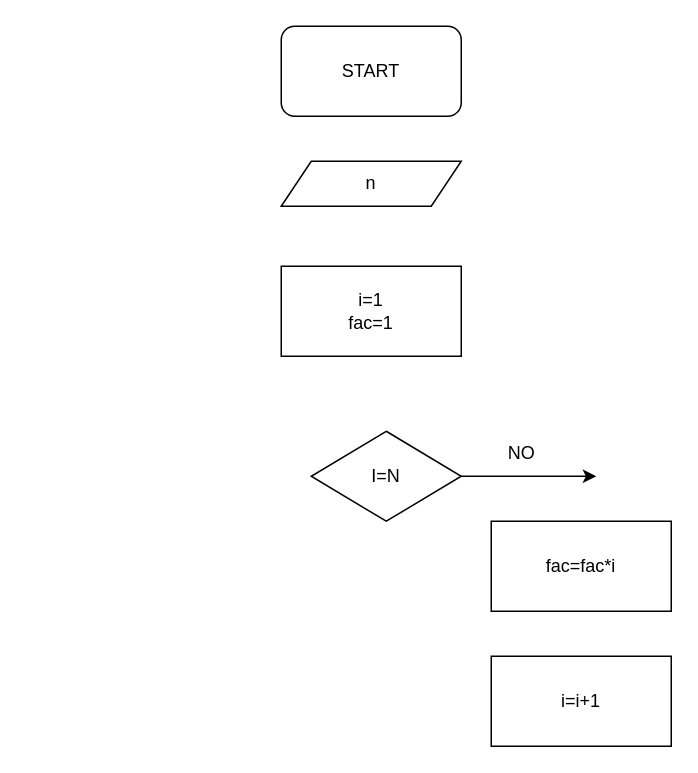
dym1try/python keeps this draw.io diagram as factorial.drawio. Above is the earlier version. Source tidied: cells renumbered, new cells numbered last; positions are measured from the earlier drawing's top-left corner, leaving out a move shared by most shapes. Both pictures are drawn from the tidied source at 150%, with x=0, y=0 at pixel (280, 26).
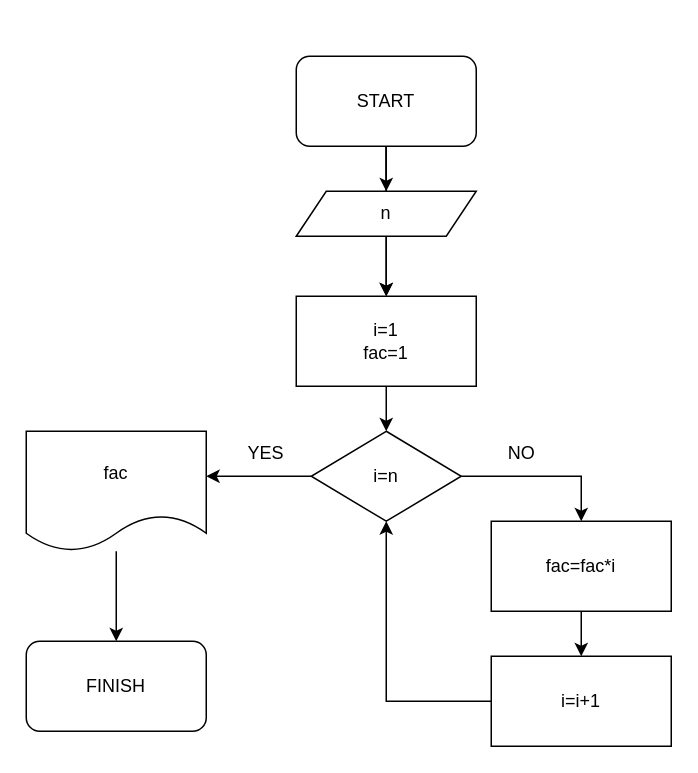
After the change.

The change refers to these unchanged cells:
```xml
<mxCell id="8" value="fac=fac*i" style="rounded=0;whiteSpace=wrap;html=1;" parent="1" vertex="1">
  <mxGeometry x="140" y="330" width="120" height="60" as="geometry" />
</mxCell>
<mxCell id="9" value="i=i+1" style="rounded=0;whiteSpace=wrap;html=1;" parent="1" vertex="1">
  <mxGeometry x="140" y="420" width="120" height="60" as="geometry" />
</mxCell>
```

What changed in the source:
```diff
@@
+    <mxCell id="10" style="edgeStyle=orthogonalEdgeStyle;rounded=0;jettySize=auto;html=1;" parent="1" edge="1" source="2" target="4">
+      <mxGeometry relative="1" as="geometry" />
+    </mxCell>
+    <mxCell id="11" style="edgeStyle=orthogonalEdgeStyle;rounded=0;jettySize=auto;html=1;" parent="1" edge="1" source="2" target="4">
+      <mxGeometry relative="1" as="geometry" />
+    </mxCell>
     <mxCell id="2" value="START" style="rounded=1;whiteSpace=wrap;html=1;" parent="1" vertex="1">
-      <mxGeometry width="120" height="60" as="geometry" />
+      <mxGeometry x="10" y="20" width="120" height="60" as="geometry" />
     </mxCell>
+    <mxCell id="12" style="edgeStyle=orthogonalEdgeStyle;rounded=0;jettySize=auto;html=1;exitX=0.5;exitY=1;exitDx=0;exitDy=0;entryX=0.5;entryY=0;entryDx=0;entryDy=0;" parent="1" edge="1" source="2" target="3">
+      <mxGeometry relative="1" as="geometry" />
+    </mxCell>
     <mxCell id="3" value="n" style="shape=parallelogram;perimeter=parallelogramPerimeter;whiteSpace=wrap;html=1;fixedSize=1;" parent="1" vertex="1">
-      <mxGeometry y="90" width="120" height="30" as="geometry" />
+      <mxGeometry x="10" y="110" width="120" height="30" as="geometry" />
     </mxCell>
+    <mxCell id="13" style="edgeStyle=orthogonalEdgeStyle;rounded=0;jettySize=auto;html=1;" parent="1" edge="1" source="4" target="6">
+      <mxGeometry relative="1" as="geometry" />
+    </mxCell>
     <mxCell id="4" value="i=1&lt;br&gt;fac=1" style="rounded=0;whiteSpace=wrap;html=1;" parent="1" vertex="1">
-      <mxGeometry y="160" width="120" height="60" as="geometry" />
+      <mxGeometry x="10" y="180" width="120" height="60" as="geometry" />
     </mxCell>
-    <mxCell id="5" style="edgeStyle=orthogonalEdgeStyle;rounded=0;jettySize=auto;html=1;" parent="1" edge="1" source="6">
-      <mxGeometry relative="1" as="geometry">
-        <mxPoint x="210" y="300" as="targetPoint" />
-      </mxGeometry>
+    <mxCell id="5" style="edgeStyle=orthogonalEdgeStyle;rounded=0;jettySize=auto;html=1;entryX=0.5;entryY=0;entryDx=0;entryDy=0;" parent="1" edge="1" source="6" target="8">
+      <mxGeometry relative="1" as="geometry" />
     </mxCell>
+    <mxCell id="14" style="edgeStyle=orthogonalEdgeStyle;rounded=0;jettySize=auto;html=1;" parent="1" edge="1" source="6">
+      <mxGeometry relative="1" as="geometry">
+        <mxPoint x="-50" y="300" as="targetPoint" />
+      </mxGeometry>
+    </mxCell>
-    <mxCell id="6" value="I=N" style="rhombus;whiteSpace=wrap;html=1;" parent="1" vertex="1">
+    <mxCell id="6" value="i=n" style="rhombus;whiteSpace=wrap;html=1;" parent="1" vertex="1">
       <mxGeometry x="20" y="270" width="100" height="60" as="geometry" />
     </mxCell>
@@
+    <mxCell id="15" style="edgeStyle=orthogonalEdgeStyle;rounded=0;jettySize=auto;html=1;" parent="1" edge="1" source="8" target="9">
+      <mxGeometry relative="1" as="geometry" />
+    </mxCell>
@@
+    <mxCell id="16" style="edgeStyle=orthogonalEdgeStyle;rounded=0;jettySize=auto;html=1;entryX=0.5;entryY=1;entryDx=0;entryDy=0;" parent="1" edge="1" source="9" target="6">
+      <mxGeometry relative="1" as="geometry" />
+    </mxCell>
@@
+    <mxCell id="17" value="YES" style="text;html=1;strokeColor=none;fillColor=none;align=center;verticalAlign=middle;whiteSpace=wrap;rounded=0;" parent="1" vertex="1">
+      <mxGeometry x="-40" y="270" width="60" height="30" as="geometry" />
+    </mxCell>
+    <mxCell id="18" style="edgeStyle=orthogonalEdgeStyle;rounded=0;jettySize=auto;html=1;" parent="1" edge="1" source="19" target="20">
+      <mxGeometry relative="1" as="geometry" />
+    </mxCell>
+    <mxCell id="19" value="fac" style="shape=document;whiteSpace=wrap;html=1;boundedLbl=1;" parent="1" vertex="1">
+      <mxGeometry x="-170" y="270" width="120" height="80" as="geometry" />
+    </mxCell>
+    <mxCell id="20" value="FINISH" style="rounded=1;whiteSpace=wrap;html=1;" parent="1" vertex="1">
+      <mxGeometry x="-170" y="410" width="120" height="60" as="geometry" />
+    </mxCell>
```
